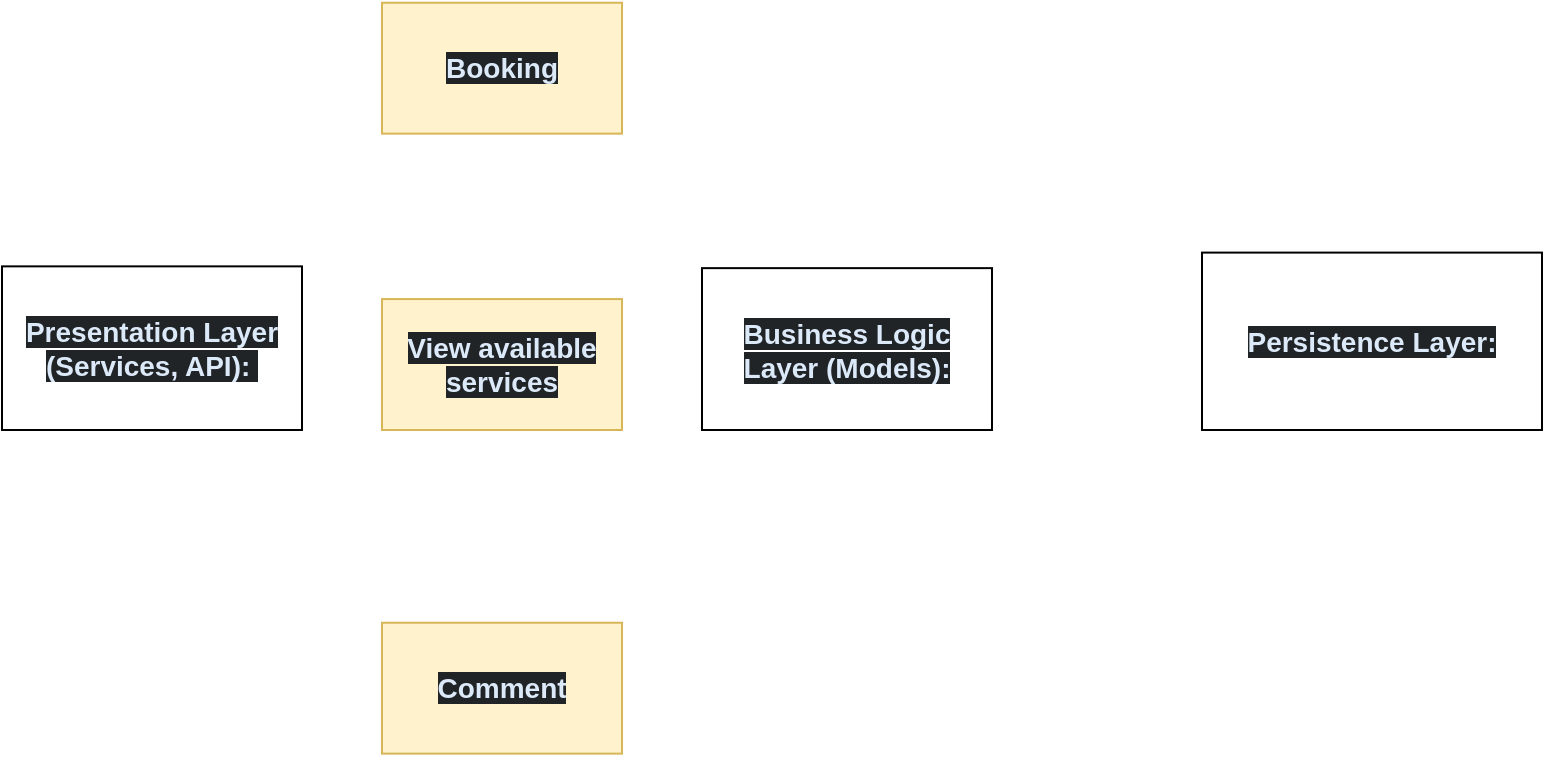
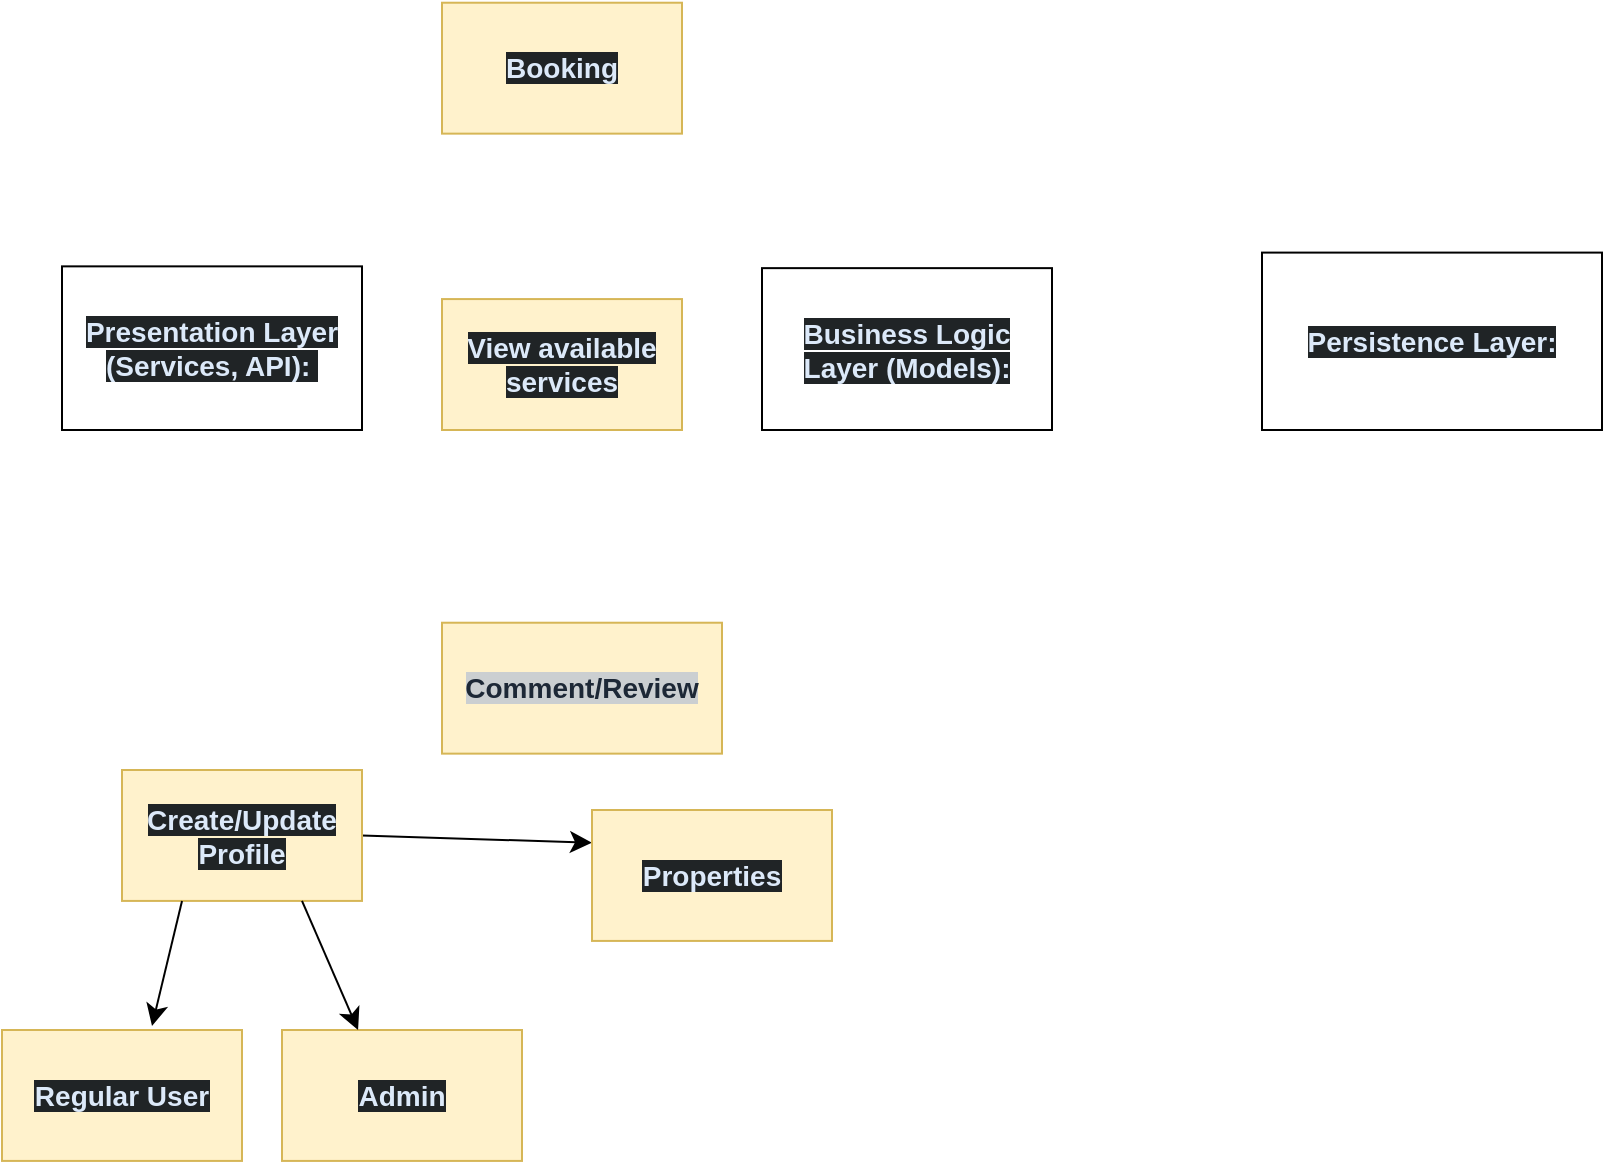
<mxfile host="app.diagrams.net">
  <diagram name="Page-1" id="-YqvBdWR7zro55ob8_1u">
-     <mxGraphModel dx="964" dy="663" grid="1" gridSize="10" guides="1" tooltips="1" connect="1" arrows="1" fold="1" page="1" pageScale="1" pageWidth="850" pageHeight="1100" math="0" shadow="0">
+     <mxGraphModel dx="1414" dy="881" grid="1" gridSize="10" guides="1" tooltips="1" connect="1" arrows="1" fold="1" page="1" pageScale="1" pageWidth="850" pageHeight="1100" math="0" shadow="0">
      <root>
        <mxCell id="0" />
        <mxCell id="1" parent="0" />
        <mxCell id="hUDn5ZNKDxH-Q9J3WyCt-1" parent="1" style="rounded=0;whiteSpace=wrap;html=1;" value="&lt;strong style=&quot;box-sizing: border-box; font-weight: bold; scrollbar-color: rgb(95, 99, 104) rgb(49, 54, 60); color: rgb(220, 233, 249); font-family: aktiv-grotesk, sans-serif; font-size: 14px; text-align: start; background-color: rgb(32, 36, 38);&quot;&gt;Presentation Layer (Services, API):&lt;/strong&gt;&lt;span style=&quot;color: rgb(220, 233, 249); font-family: aktiv-grotesk, sans-serif; font-size: 14px; text-align: start; background-color: rgb(32, 36, 38);&quot;&gt;&amp;nbsp;&lt;/span&gt;" vertex="1">
          <mxGeometry height="81.82" width="150" x="40" y="258.18" as="geometry" />
        </mxCell>
        <mxCell id="hUDn5ZNKDxH-Q9J3WyCt-2" parent="1" style="rounded=0;whiteSpace=wrap;html=1;" value="&lt;strong style=&quot;box-sizing: border-box; font-weight: bold; scrollbar-color: rgb(95, 99, 104) rgb(49, 54, 60); color: rgb(220, 233, 249); font-family: aktiv-grotesk, sans-serif; font-size: 14px; text-align: start; background-color: rgb(32, 36, 38);&quot;&gt;Business Logic Layer (Models):&lt;/strong&gt;" vertex="1">
          <mxGeometry height="80.93" width="145" x="390" y="259.07" as="geometry" />
        </mxCell>
        <mxCell id="hUDn5ZNKDxH-Q9J3WyCt-3" parent="1" style="rounded=0;whiteSpace=wrap;html=1;" value="&lt;strong style=&quot;box-sizing: border-box; font-weight: bold; scrollbar-color: rgb(95, 99, 104) rgb(49, 54, 60); color: rgb(220, 233, 249); font-family: aktiv-grotesk, sans-serif; font-size: 14px; text-align: start; background-color: rgb(32, 36, 38);&quot;&gt;Persistence Layer:&lt;/strong&gt;" vertex="1">
          <mxGeometry height="88.7" width="170" x="640" y="251.3" as="geometry" />
        </mxCell>
        <mxCell id="nDmQYND_-jVZAFU5oeKq-2" parent="1" style="rounded=0;whiteSpace=wrap;html=1;fillColor=#fff2cc;strokeColor=#d6b656;" value="&lt;div style=&quot;text-align: start;&quot;&gt;&lt;font color=&quot;#dce9f9&quot; face=&quot;aktiv-grotesk, sans-serif&quot;&gt;&lt;span style=&quot;font-size: 14px; background-color: rgb(32, 36, 38);&quot;&gt;&lt;b&gt;Booking&lt;/b&gt;&lt;/span&gt;&lt;/font&gt;&lt;/div&gt;" vertex="1">
          <mxGeometry height="65.46" width="120" x="230" y="126.36" as="geometry" />
        </mxCell>
        <mxCell id="nDmQYND_-jVZAFU5oeKq-3" parent="1" style="rounded=0;whiteSpace=wrap;html=1;align=center;fillColor=#fff2cc;strokeColor=#d6b656;" value="&lt;div style=&quot;&quot;&gt;&lt;font color=&quot;#dce9f9&quot; face=&quot;aktiv-grotesk, sans-serif&quot;&gt;&lt;span style=&quot;font-size: 14px; background-color: rgb(32, 36, 38);&quot;&gt;&lt;b&gt;View available services&lt;/b&gt;&lt;/span&gt;&lt;/font&gt;&lt;/div&gt;" vertex="1">
          <mxGeometry height="65.46" width="120" x="230" y="274.54" as="geometry" />
        </mxCell>
-         <mxCell id="nDmQYND_-jVZAFU5oeKq-4" parent="1" style="rounded=0;whiteSpace=wrap;html=1;align=center;fillColor=#fff2cc;strokeColor=#d6b656;" value="&lt;div style=&quot;&quot;&gt;&lt;font color=&quot;#dce9f9&quot; face=&quot;aktiv-grotesk, sans-serif&quot;&gt;&lt;span style=&quot;font-size: 14px; background-color: rgb(32, 36, 38);&quot;&gt;&lt;b&gt;Comment&lt;/b&gt;&lt;/span&gt;&lt;/font&gt;&lt;/div&gt;" vertex="1">
-           <mxGeometry height="65.46" width="120" x="230" y="436.36" as="geometry" />
+         <mxCell id="nDmQYND_-jVZAFU5oeKq-4" parent="1" style="rounded=0;whiteSpace=wrap;html=1;align=center;fillColor=#fff2cc;strokeColor=#d6b656;" value="&lt;div style=&quot;&quot;&gt;&lt;font color=&quot;#1d2836&quot; face=&quot;aktiv-grotesk, sans-serif&quot;&gt;&lt;span style=&quot;font-size: 14px; background-color: rgb(203, 207, 209);&quot;&gt;&lt;b&gt;Comment/Review&lt;/b&gt;&lt;/span&gt;&lt;/font&gt;&lt;/div&gt;" vertex="1">
+           <mxGeometry height="65.46" width="140" x="230" y="436.36" as="geometry" />
+         </mxCell>
+         <mxCell id="knfjWByLyRWuwcYY4K55-8" edge="1" parent="1" source="knfjWByLyRWuwcYY4K55-1" style="edgeStyle=none;curved=1;rounded=0;orthogonalLoop=1;jettySize=auto;html=1;exitX=1;exitY=0.5;exitDx=0;exitDy=0;entryX=0;entryY=0.25;entryDx=0;entryDy=0;fontSize=12;startSize=8;endSize=8;" target="knfjWByLyRWuwcYY4K55-7">
+           <mxGeometry relative="1" as="geometry" />
+         </mxCell>
+         <mxCell id="knfjWByLyRWuwcYY4K55-1" parent="1" style="rounded=0;whiteSpace=wrap;html=1;align=center;fillColor=#fff2cc;strokeColor=#d6b656;" value="&lt;div style=&quot;&quot;&gt;&lt;font color=&quot;#dce9f9&quot; face=&quot;aktiv-grotesk, sans-serif&quot;&gt;&lt;span style=&quot;font-size: 14px; background-color: rgb(32, 36, 38);&quot;&gt;&lt;b&gt;Create/Update Profile&lt;/b&gt;&lt;/span&gt;&lt;/font&gt;&lt;/div&gt;" vertex="1">
+           <mxGeometry height="65.46" width="120" x="70" y="510" as="geometry" />
+         </mxCell>
+         <mxCell id="knfjWByLyRWuwcYY4K55-3" parent="1" style="rounded=0;whiteSpace=wrap;html=1;align=center;fillColor=#fff2cc;strokeColor=#d6b656;" value="&lt;div style=&quot;&quot;&gt;&lt;font color=&quot;#dce9f9&quot; face=&quot;aktiv-grotesk, sans-serif&quot;&gt;&lt;span style=&quot;font-size: 14px; background-color: rgb(32, 36, 38);&quot;&gt;&lt;b&gt;Regular User&lt;/b&gt;&lt;/span&gt;&lt;/font&gt;&lt;/div&gt;" vertex="1">
+           <mxGeometry height="65.46" width="120" x="10" y="640" as="geometry" />
+         </mxCell>
+         <mxCell id="knfjWByLyRWuwcYY4K55-4" parent="1" style="rounded=0;whiteSpace=wrap;html=1;align=center;fillColor=#fff2cc;strokeColor=#d6b656;" value="&lt;div style=&quot;&quot;&gt;&lt;font color=&quot;#dce9f9&quot; face=&quot;aktiv-grotesk, sans-serif&quot;&gt;&lt;span style=&quot;font-size: 14px; background-color: rgb(32, 36, 38);&quot;&gt;&lt;b&gt;Admin&lt;/b&gt;&lt;/span&gt;&lt;/font&gt;&lt;/div&gt;" vertex="1">
+           <mxGeometry height="65.46" width="120" x="150" y="640" as="geometry" />
+         </mxCell>
+         <mxCell id="knfjWByLyRWuwcYY4K55-5" edge="1" parent="1" source="knfjWByLyRWuwcYY4K55-1" style="edgeStyle=none;curved=1;rounded=0;orthogonalLoop=1;jettySize=auto;html=1;exitX=0.25;exitY=1;exitDx=0;exitDy=0;entryX=0.625;entryY=-0.031;entryDx=0;entryDy=0;entryPerimeter=0;fontSize=12;startSize=8;endSize=8;" target="knfjWByLyRWuwcYY4K55-3">
+           <mxGeometry relative="1" as="geometry" />
+         </mxCell>
+         <mxCell id="knfjWByLyRWuwcYY4K55-6" edge="1" parent="1" source="knfjWByLyRWuwcYY4K55-1" style="edgeStyle=none;curved=1;rounded=0;orthogonalLoop=1;jettySize=auto;html=1;exitX=0.75;exitY=1;exitDx=0;exitDy=0;entryX=0.317;entryY=0;entryDx=0;entryDy=0;entryPerimeter=0;fontSize=12;startSize=8;endSize=8;" target="knfjWByLyRWuwcYY4K55-4">
+           <mxGeometry relative="1" as="geometry" />
+         </mxCell>
+         <mxCell id="knfjWByLyRWuwcYY4K55-7" parent="1" style="rounded=0;whiteSpace=wrap;html=1;align=center;fillColor=#fff2cc;strokeColor=#d6b656;" value="&lt;div style=&quot;&quot;&gt;&lt;font color=&quot;#dce9f9&quot; face=&quot;aktiv-grotesk, sans-serif&quot;&gt;&lt;span style=&quot;font-size: 14px; background-color: rgb(32, 36, 38);&quot;&gt;&lt;b&gt;Properties&lt;/b&gt;&lt;/span&gt;&lt;/font&gt;&lt;/div&gt;" vertex="1">
+           <mxGeometry height="65.46" width="120" x="305" y="530" as="geometry" />
        </mxCell>
      </root>
    </mxGraphModel>
  </diagram>
</mxfile>
